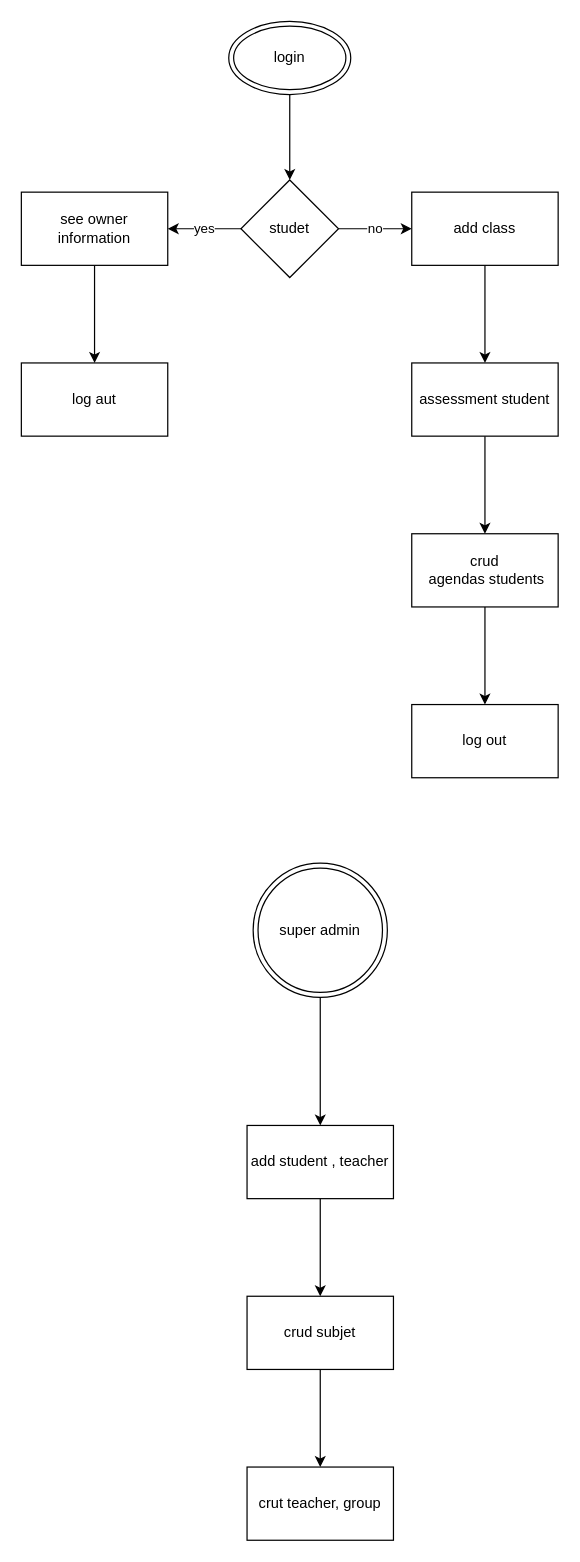
Before: EPR_Academy/Диаграмма без названия.drawio in MalikaRasulova/AcademyERP, a draw.io diagram. Source tidied: cells renumbered, new cells numbered last; positions are measured from the earlier drawing's top-left corner, leaving out a move shared by most shapes. Both pictures are drawn from the tidied source at 122%, with x=0, y=0 at pixel (21, 21).
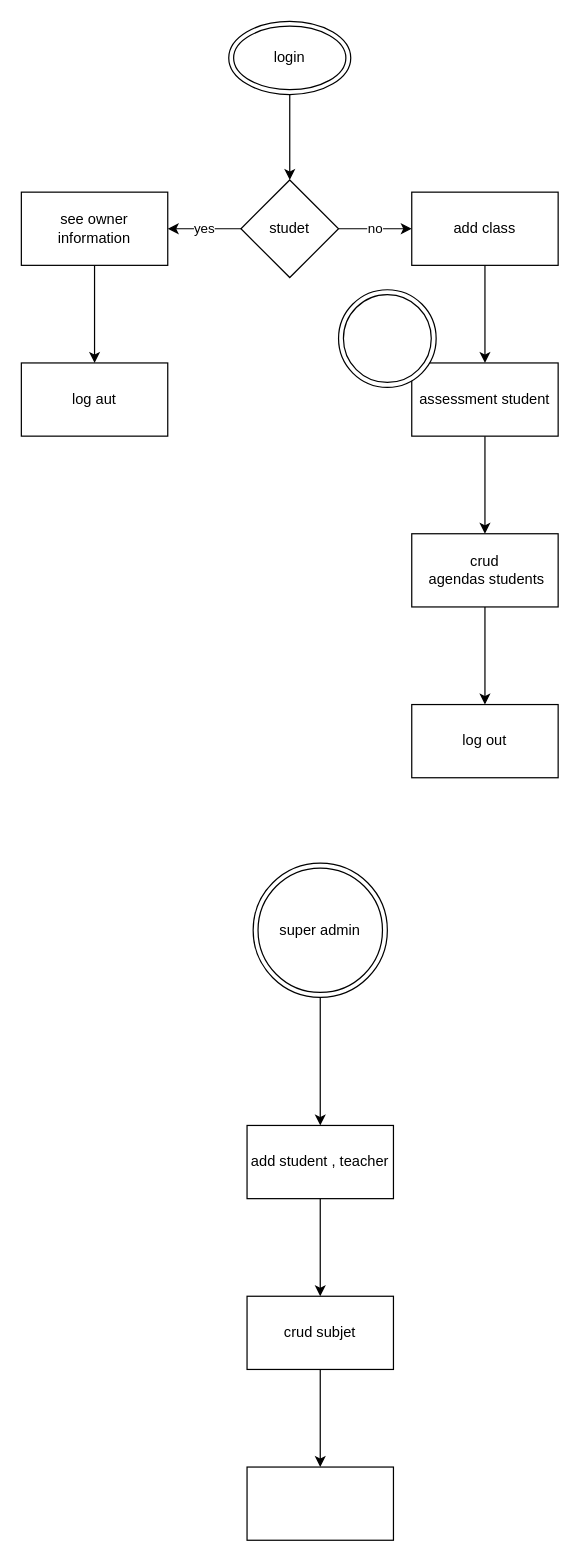
Above is the later version.

Change to the diagram source:
```diff
@@
-    <mxCell id="23" value="crut teacher, group" style="whiteSpace=wrap;html=1;" parent="1" vertex="1">
+    <mxCell id="23" style="whiteSpace=wrap;html=1;" parent="1" vertex="1">
       <mxGeometry x="185" y="1185" width="120" height="60" as="geometry" />
     </mxCell>
+    <mxCell id="24" style="ellipse;shape=doubleEllipse;whiteSpace=wrap;html=1;" parent="1" vertex="1">
+      <mxGeometry x="260" y="220" width="80" height="80" as="geometry" />
+    </mxCell>
```
